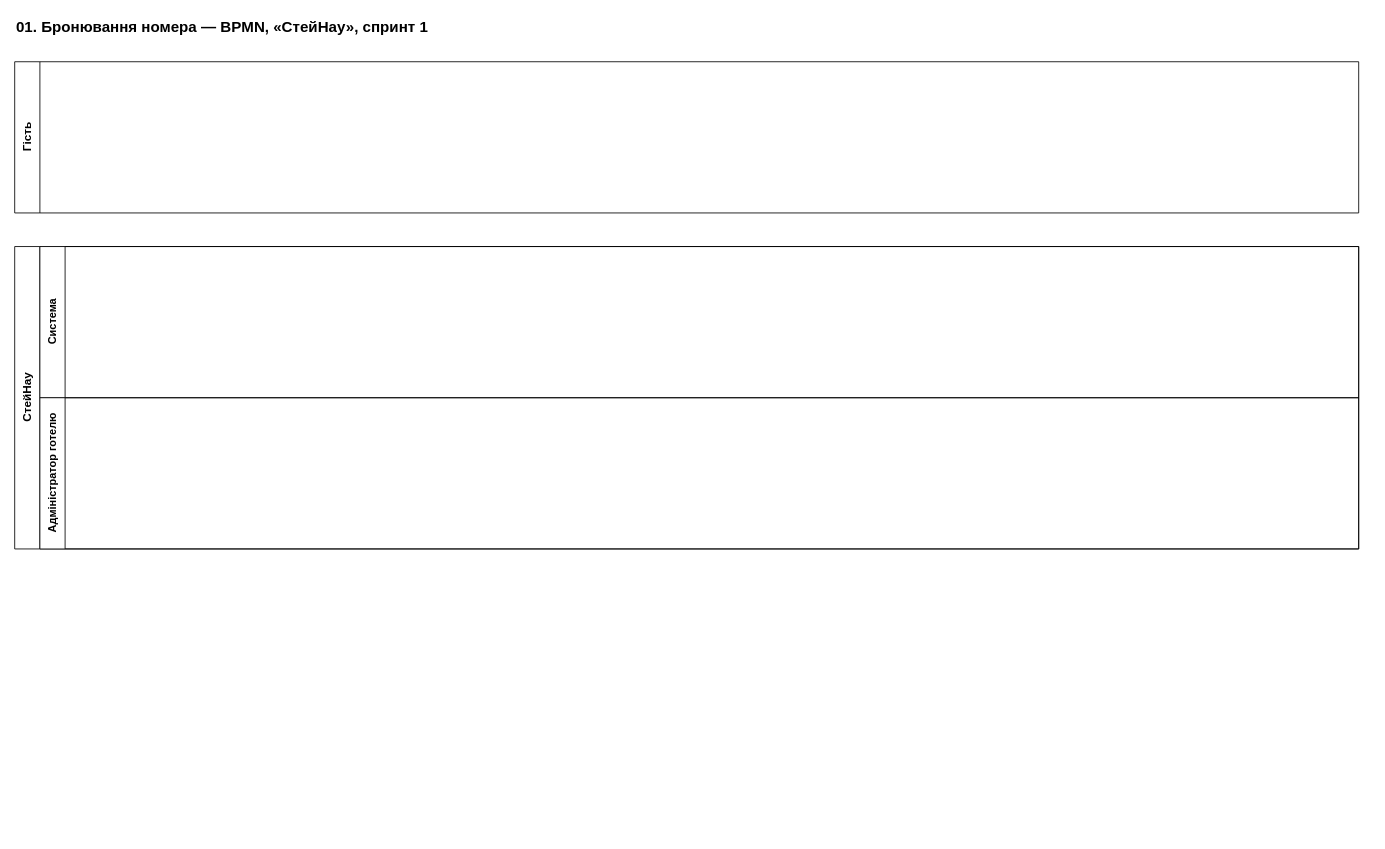
This is docs/sprint1/bpmn/01_booking.drawio from honest-honeypot/staynow, a draw.io file, before an edit. Source tidied: cells renumbered, new cells numbered last; positions are measured from the earlier drawing's top-left corner, leaving out a move shared by most shapes. Both pictures are drawn from the tidied source at 84%, with x=0, y=0 at pixel (14, 14).
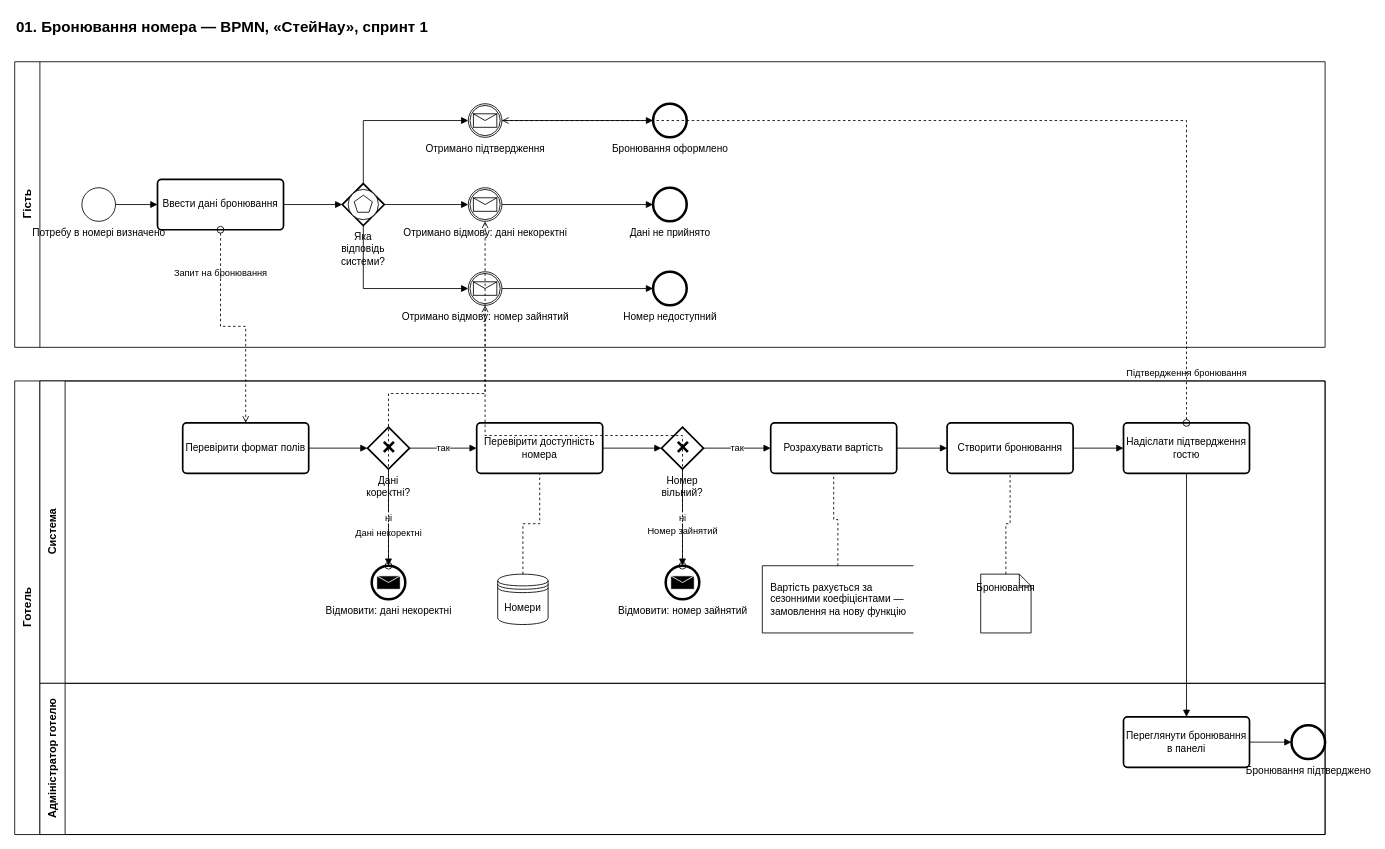
Above is the later version.

The edit, as a diff of the source:
```diff
@@
     <mxCell id="2" value="01. Бронювання номера — BPMN, «СтейНау», спринт 1" style="text;html=1;align=left;verticalAlign=middle;fontSize=18;fontStyle=1;" parent="1" vertex="1">
-      <mxGeometry width="900" height="30" as="geometry" />
+      <mxGeometry width="1000" height="30" as="geometry" />
     </mxCell>
     <mxCell id="3" value="Гість" style="swimlane;html=1;horizontal=0;startSize=30;fontSize=14;fontStyle=1;swimlaneFillColor=none;" parent="1" vertex="1">
-      <mxGeometry y="56" width="1600" height="180" as="geometry" />
+      <mxGeometry y="56" width="1560" height="340" as="geometry" />
     </mxCell>
-    <mxCell id="4" value="СтейНау" style="swimlane;html=1;horizontal=0;startSize=30;fontSize=14;fontStyle=1;swimlaneFillColor=none;" parent="1" vertex="1">
-      <mxGeometry y="276" width="1600" height="360" as="geometry" />
-    </mxCell>
+    <mxCell id="7" value="Потребу в номері визначено" style="shape=mxgraph.bpmn.event;html=1;verticalLabelPosition=bottom;verticalAlign=top;align=center;perimeter=ellipsePerimeter;outlineConnect=0;labelBackgroundColor=none;labelPosition=center;outline=standard;symbol=general;" parent="3" vertex="1">
+      <mxGeometry x="80" y="150" width="40" height="40" as="geometry" />
+    </mxCell>
+    <mxCell id="8" value="Ввести дані бронювання" style="rounded=1;whiteSpace=wrap;html=1;arcSize=8;strokeWidth=2;" parent="3" vertex="1">
+      <mxGeometry x="170" y="140" width="150" height="60" as="geometry" />
+    </mxCell>
+    <mxCell id="9" value="Яка відповідь системи?" style="rhombus;whiteSpace=wrap;html=1;fillColor=none;strokeWidth=2;verticalLabelPosition=bottom;verticalAlign=top;labelBackgroundColor=none;" parent="3" vertex="1">
+      <mxGeometry x="390" y="145" width="50" height="50" as="geometry" />
+    </mxCell>
+    <mxCell id="10" style="shape=mxgraph.bpmn.event;html=1;verticalLabelPosition=bottom;verticalAlign=top;align=center;perimeter=ellipsePerimeter;labelBackgroundColor=none;labelPosition=center;outline=eventInt;symbol=multiple;" parent="9" vertex="1">
+      <mxGeometry x="7" y="7" width="36" height="36" as="geometry" />
+    </mxCell>
+    <mxCell id="11" value="Отримано підтвердження" style="shape=mxgraph.bpmn.event;html=1;verticalLabelPosition=bottom;verticalAlign=top;align=center;perimeter=ellipsePerimeter;outlineConnect=0;labelBackgroundColor=none;labelPosition=center;outline=catching;symbol=message;" parent="3" vertex="1">
+      <mxGeometry x="540" y="50" width="40" height="40" as="geometry" />
+    </mxCell>
+    <mxCell id="12" value="Бронювання оформлено" style="shape=mxgraph.bpmn.event;html=1;verticalLabelPosition=bottom;verticalAlign=top;align=center;perimeter=ellipsePerimeter;outlineConnect=0;labelBackgroundColor=none;labelPosition=center;outline=end;symbol=general;" parent="3" vertex="1">
+      <mxGeometry x="760" y="50" width="40" height="40" as="geometry" />
+    </mxCell>
+    <mxCell id="13" value="Отримано відмову: дані некоректні" style="shape=mxgraph.bpmn.event;html=1;verticalLabelPosition=bottom;verticalAlign=top;align=center;perimeter=ellipsePerimeter;outlineConnect=0;labelBackgroundColor=none;labelPosition=center;outline=catching;symbol=message;" parent="3" vertex="1">
+      <mxGeometry x="540" y="150" width="40" height="40" as="geometry" />
+    </mxCell>
+    <mxCell id="14" value="Дані не прийнято" style="shape=mxgraph.bpmn.event;html=1;verticalLabelPosition=bottom;verticalAlign=top;align=center;perimeter=ellipsePerimeter;outlineConnect=0;labelBackgroundColor=none;labelPosition=center;outline=end;symbol=general;" parent="3" vertex="1">
+      <mxGeometry x="760" y="150" width="40" height="40" as="geometry" />
+    </mxCell>
+    <mxCell id="15" value="Отримано відмову: номер зайнятий" style="shape=mxgraph.bpmn.event;html=1;verticalLabelPosition=bottom;verticalAlign=top;align=center;perimeter=ellipsePerimeter;outlineConnect=0;labelBackgroundColor=none;labelPosition=center;outline=catching;symbol=message;" parent="3" vertex="1">
+      <mxGeometry x="540" y="250" width="40" height="40" as="geometry" />
+    </mxCell>
+    <mxCell id="16" value="Номер недоступний" style="shape=mxgraph.bpmn.event;html=1;verticalLabelPosition=bottom;verticalAlign=top;align=center;perimeter=ellipsePerimeter;outlineConnect=0;labelBackgroundColor=none;labelPosition=center;outline=end;symbol=general;" parent="3" vertex="1">
+      <mxGeometry x="760" y="250" width="40" height="40" as="geometry" />
+    </mxCell>
+    <mxCell id="17" value="Готель" style="swimlane;html=1;horizontal=0;startSize=30;fontSize=14;fontStyle=1;swimlaneFillColor=none;" parent="1" vertex="1">
+      <mxGeometry y="436" width="1560" height="540" as="geometry" />
+    </mxCell>
-    <mxCell id="5" value="Система" style="swimlane;html=1;horizontal=0;startSize=30;fontSize=13;swimlaneFillColor=none;" parent="4" vertex="1">
-      <mxGeometry x="30" width="1570" height="180" as="geometry" />
+    <mxCell id="5" value="Система" style="swimlane;html=1;horizontal=0;startSize=30;fontSize=13;swimlaneFillColor=none;" parent="17" vertex="1">
+      <mxGeometry x="30" width="1530" height="360" as="geometry" />
     </mxCell>
-    <mxCell id="6" value="Адміністратор готелю" style="swimlane;html=1;horizontal=0;startSize=30;fontSize=13;swimlaneFillColor=none;" parent="4" vertex="1">
-      <mxGeometry x="30" y="180" width="1570" height="180" as="geometry" />
+    <mxCell id="6" value="Адміністратор готелю" style="swimlane;html=1;horizontal=0;startSize=30;fontSize=13;swimlaneFillColor=none;" parent="17" vertex="1">
+      <mxGeometry x="30" y="360" width="1530" height="180" as="geometry" />
     </mxCell>
+    <mxCell id="18" value="Перевірити формат полів" style="rounded=1;whiteSpace=wrap;html=1;arcSize=8;strokeWidth=2;" parent="5" vertex="1">
+      <mxGeometry x="170" y="50" width="150" height="60" as="geometry" />
+    </mxCell>
+    <mxCell id="19" value="Дані коректні?" style="rhombus;whiteSpace=wrap;html=1;fillColor=none;strokeWidth=2;verticalLabelPosition=bottom;verticalAlign=top;labelBackgroundColor=none;" parent="5" vertex="1">
+      <mxGeometry x="390" y="55" width="50" height="50" as="geometry" />
+    </mxCell>
+    <mxCell id="20" value="✕" style="text;html=1;align=center;verticalAlign=middle;fontSize=22;fontStyle=1;strokeColor=none;fillColor=none;" parent="19" vertex="1">
+      <mxGeometry x="7" y="7" width="36" height="36" as="geometry" />
+    </mxCell>
+    <mxCell id="21" value="Відмовити: дані некоректні" style="shape=mxgraph.bpmn.event;html=1;verticalLabelPosition=bottom;verticalAlign=top;align=center;perimeter=ellipsePerimeter;outlineConnect=0;labelBackgroundColor=none;labelPosition=center;outline=end;symbol=message;" parent="5" vertex="1">
+      <mxGeometry x="395" y="220" width="40" height="40" as="geometry" />
+    </mxCell>
+    <mxCell id="22" value="Перевірити доступність номера" style="rounded=1;whiteSpace=wrap;html=1;arcSize=8;strokeWidth=2;" parent="5" vertex="1">
+      <mxGeometry x="520" y="50" width="150" height="60" as="geometry" />
+    </mxCell>
+    <mxCell id="23" value="Номер вільний?" style="rhombus;whiteSpace=wrap;html=1;fillColor=none;strokeWidth=2;verticalLabelPosition=bottom;verticalAlign=top;labelBackgroundColor=none;" parent="5" vertex="1">
+      <mxGeometry x="740" y="55" width="50" height="50" as="geometry" />
+    </mxCell>
+    <mxCell id="24" value="✕" style="text;html=1;align=center;verticalAlign=middle;fontSize=22;fontStyle=1;strokeColor=none;fillColor=none;" parent="23" vertex="1">
+      <mxGeometry x="7" y="7" width="36" height="36" as="geometry" />
+    </mxCell>
+    <mxCell id="25" value="Відмовити: номер зайнятий" style="shape=mxgraph.bpmn.event;html=1;verticalLabelPosition=bottom;verticalAlign=top;align=center;perimeter=ellipsePerimeter;outlineConnect=0;labelBackgroundColor=none;labelPosition=center;outline=end;symbol=message;" parent="5" vertex="1">
+      <mxGeometry x="745" y="220" width="40" height="40" as="geometry" />
+    </mxCell>
+    <mxCell id="26" value="Розрахувати вартість" style="rounded=1;whiteSpace=wrap;html=1;arcSize=8;strokeWidth=2;" parent="5" vertex="1">
+      <mxGeometry x="870" y="50" width="150" height="60" as="geometry" />
+    </mxCell>
+    <mxCell id="27" value="Створити бронювання" style="rounded=1;whiteSpace=wrap;html=1;arcSize=8;strokeWidth=2;" parent="5" vertex="1">
+      <mxGeometry x="1080" y="50" width="150" height="60" as="geometry" />
+    </mxCell>
+    <mxCell id="28" value="Надіслати підтвердження гостю" style="rounded=1;whiteSpace=wrap;html=1;arcSize=8;strokeWidth=2;" parent="5" vertex="1">
+      <mxGeometry x="1290" y="50" width="150" height="60" as="geometry" />
+    </mxCell>
+    <mxCell id="29" value="Номери" style="shape=datastore;whiteSpace=wrap;html=1;" parent="5" vertex="1">
+      <mxGeometry x="545" y="230" width="60" height="60" as="geometry" />
+    </mxCell>
+    <mxCell id="30" value="Бронювання" style="shape=note;whiteSpace=wrap;html=1;size=14;verticalAlign=top;spacingTop=2;" parent="5" vertex="1">
+      <mxGeometry x="1120" y="230" width="60" height="70" as="geometry" />
+    </mxCell>
+    <mxCell id="31" value="Вартість рахується за сезонними коефіцієнтами — замовлення на нову функцію" style="shape=mxgraph.flowchart.annotation_1;html=1;align=left;whiteSpace=wrap;verticalAlign=middle;spacingLeft=8;fillColor=none;" parent="5" vertex="1">
+      <mxGeometry x="860" y="220" width="180" height="80" as="geometry" />
+    </mxCell>
+    <mxCell id="32" value="Переглянути бронювання в панелі" style="rounded=1;whiteSpace=wrap;html=1;arcSize=8;strokeWidth=2;" parent="6" vertex="1">
+      <mxGeometry x="1290" y="40" width="150" height="60" as="geometry" />
+    </mxCell>
+    <mxCell id="33" value="Бронювання підтверджено" style="shape=mxgraph.bpmn.event;html=1;verticalLabelPosition=bottom;verticalAlign=top;align=center;perimeter=ellipsePerimeter;outlineConnect=0;labelBackgroundColor=none;labelPosition=center;outline=end;symbol=general;" parent="6" vertex="1">
+      <mxGeometry x="1490" y="50" width="40" height="40" as="geometry" />
+    </mxCell>
+    <mxCell id="34" style="edgeStyle=orthogonalEdgeStyle;rounded=0;html=1;endArrow=block;endFill=1;jumpStyle=arc;" parent="1" edge="1" source="7" target="8">
+      <mxGeometry relative="1" as="geometry" />
+    </mxCell>
+    <mxCell id="35" style="edgeStyle=orthogonalEdgeStyle;rounded=0;html=1;endArrow=block;endFill=1;jumpStyle=arc;" parent="1" edge="1" source="8" target="9">
+      <mxGeometry relative="1" as="geometry" />
+    </mxCell>
+    <mxCell id="36" style="edgeStyle=orthogonalEdgeStyle;rounded=0;html=1;endArrow=block;endFill=1;jumpStyle=arc;exitX=0.5;exitY=0;entryX=0;entryY=0.5;" parent="1" edge="1" source="9" target="11">
+      <mxGeometry relative="1" as="geometry" />
+    </mxCell>
+    <mxCell id="37" style="edgeStyle=orthogonalEdgeStyle;rounded=0;html=1;endArrow=block;endFill=1;jumpStyle=arc;" parent="1" edge="1" source="11" target="12">
+      <mxGeometry relative="1" as="geometry" />
+    </mxCell>
+    <mxCell id="38" style="edgeStyle=orthogonalEdgeStyle;rounded=0;html=1;endArrow=block;endFill=1;jumpStyle=arc;exitX=1;exitY=0.5;exitDx=0;exitDy=0;entryX=0;entryY=0.5;entryDx=0;entryDy=0;" parent="1" edge="1" source="9" target="13">
+      <mxGeometry relative="1" as="geometry" />
+    </mxCell>
+    <mxCell id="39" style="edgeStyle=orthogonalEdgeStyle;rounded=0;html=1;endArrow=block;endFill=1;jumpStyle=arc;" parent="1" edge="1" source="13" target="14">
+      <mxGeometry relative="1" as="geometry" />
+    </mxCell>
+    <mxCell id="40" style="edgeStyle=orthogonalEdgeStyle;rounded=0;html=1;endArrow=block;endFill=1;jumpStyle=arc;exitX=0.5;exitY=1;entryX=0;entryY=0.5;" parent="1" edge="1" source="9" target="15">
+      <mxGeometry relative="1" as="geometry" />
+    </mxCell>
+    <mxCell id="41" style="edgeStyle=orthogonalEdgeStyle;rounded=0;html=1;endArrow=block;endFill=1;jumpStyle=arc;" parent="1" edge="1" source="15" target="16">
+      <mxGeometry relative="1" as="geometry" />
+    </mxCell>
+    <mxCell id="42" style="edgeStyle=orthogonalEdgeStyle;rounded=0;html=1;endArrow=block;endFill=1;jumpStyle=arc;" parent="1" edge="1" source="18" target="19">
+      <mxGeometry relative="1" as="geometry" />
+    </mxCell>
+    <mxCell id="43" value="ні" style="edgeStyle=orthogonalEdgeStyle;rounded=0;html=1;endArrow=block;endFill=1;jumpStyle=arc;exitX=0.5;exitY=1;entryX=0.5;entryY=0;" parent="1" edge="1" source="19" target="21">
+      <mxGeometry relative="1" as="geometry" />
+    </mxCell>
+    <mxCell id="44" value="так" style="edgeStyle=orthogonalEdgeStyle;rounded=0;html=1;endArrow=block;endFill=1;jumpStyle=arc;exitX=1;exitY=0.5;exitDx=0;exitDy=0;entryX=0;entryY=0.5;entryDx=0;entryDy=0;" parent="1" edge="1" source="19" target="22">
+      <mxGeometry relative="1" as="geometry" />
+    </mxCell>
+    <mxCell id="45" style="edgeStyle=orthogonalEdgeStyle;rounded=0;html=1;endArrow=block;endFill=1;jumpStyle=arc;" parent="1" edge="1" source="22" target="23">
+      <mxGeometry relative="1" as="geometry" />
+    </mxCell>
+    <mxCell id="46" value="ні" style="edgeStyle=orthogonalEdgeStyle;rounded=0;html=1;endArrow=block;endFill=1;jumpStyle=arc;exitX=0.5;exitY=1;entryX=0.5;entryY=0;" parent="1" edge="1" source="23" target="25">
+      <mxGeometry relative="1" as="geometry" />
+    </mxCell>
+    <mxCell id="47" value="так" style="edgeStyle=orthogonalEdgeStyle;rounded=0;html=1;endArrow=block;endFill=1;jumpStyle=arc;exitX=1;exitY=0.5;exitDx=0;exitDy=0;entryX=0;entryY=0.5;entryDx=0;entryDy=0;" parent="1" edge="1" source="23" target="26">
+      <mxGeometry relative="1" as="geometry" />
+    </mxCell>
+    <mxCell id="48" style="edgeStyle=orthogonalEdgeStyle;rounded=0;html=1;endArrow=block;endFill=1;jumpStyle=arc;" parent="1" edge="1" source="26" target="27">
+      <mxGeometry relative="1" as="geometry" />
+    </mxCell>
+    <mxCell id="49" style="edgeStyle=orthogonalEdgeStyle;rounded=0;html=1;endArrow=block;endFill=1;jumpStyle=arc;" parent="1" edge="1" source="27" target="28">
+      <mxGeometry relative="1" as="geometry" />
+    </mxCell>
+    <mxCell id="50" style="edgeStyle=orthogonalEdgeStyle;rounded=0;html=1;endArrow=block;endFill=1;jumpStyle=arc;exitX=0.5;exitY=1;entryX=0.5;entryY=0;" parent="1" edge="1" source="28" target="32">
+      <mxGeometry relative="1" as="geometry" />
+    </mxCell>
+    <mxCell id="51" style="edgeStyle=orthogonalEdgeStyle;rounded=0;html=1;endArrow=block;endFill=1;jumpStyle=arc;exitX=1;exitY=0.5;exitDx=0;exitDy=0;entryX=0;entryY=0.5;entryDx=0;entryDy=0;" parent="1" edge="1" source="32" target="33">
+      <mxGeometry relative="1" as="geometry" />
+    </mxCell>
+    <mxCell id="52" value="Запит на бронювання" style="edgeStyle=orthogonalEdgeStyle;rounded=0;html=1;dashed=1;endArrow=open;endFill=0;startArrow=oval;startFill=0;startSize=8;labelBackgroundColor=none;exitX=0.5;exitY=1;entryX=0.5;entryY=0;" parent="1" edge="1" source="8" target="18">
+      <mxGeometry x="-0.6" relative="1" as="geometry" />
+    </mxCell>
+    <mxCell id="53" value="Дані некоректні" style="edgeStyle=orthogonalEdgeStyle;rounded=0;html=1;dashed=1;endArrow=open;endFill=0;startArrow=oval;startFill=0;startSize=8;labelBackgroundColor=none;exitX=0.5;exitY=0;entryX=0.5;entryY=1;" parent="1" edge="1" source="21" target="13">
+      <mxGeometry x="-0.85" relative="1" as="geometry" />
+    </mxCell>
+    <mxCell id="54" value="Номер зайнятий" style="edgeStyle=orthogonalEdgeStyle;rounded=0;html=1;dashed=1;endArrow=open;endFill=0;startArrow=oval;startFill=0;startSize=8;labelBackgroundColor=none;exitX=0.5;exitY=0;entryX=0.5;entryY=1;" parent="1" edge="1" source="25" target="15">
+      <mxGeometry x="-0.85" relative="1" as="geometry" />
+    </mxCell>
+    <mxCell id="55" value="Підтвердження бронювання" style="edgeStyle=orthogonalEdgeStyle;rounded=0;html=1;dashed=1;endArrow=open;endFill=0;startArrow=oval;startFill=0;startSize=8;labelBackgroundColor=none;exitX=0.5;exitY=0;entryX=1;entryY=0.5;" parent="1" edge="1" source="28" target="11">
+      <mxGeometry x="-0.9" relative="1" as="geometry" />
+    </mxCell>
+    <mxCell id="56" style="edgeStyle=orthogonalEdgeStyle;html=1;dashed=1;endArrow=none;rounded=0;exitX=0.5;exitY=0;entryX=0.5;entryY=1;" parent="1" edge="1" source="29" target="22">
+      <mxGeometry relative="1" as="geometry" />
+    </mxCell>
+    <mxCell id="57" style="edgeStyle=orthogonalEdgeStyle;html=1;dashed=1;endArrow=none;rounded=0;exitX=0.5;exitY=0;entryX=0.5;entryY=1;" parent="1" edge="1" source="30" target="27">
+      <mxGeometry relative="1" as="geometry" />
+    </mxCell>
+    <mxCell id="58" style="edgeStyle=orthogonalEdgeStyle;html=1;dashed=1;endArrow=none;rounded=0;exitX=0.5;exitY=0;entryX=0.5;entryY=1;" parent="1" edge="1" source="31" target="26">
+      <mxGeometry relative="1" as="geometry" />
+    </mxCell>
```
